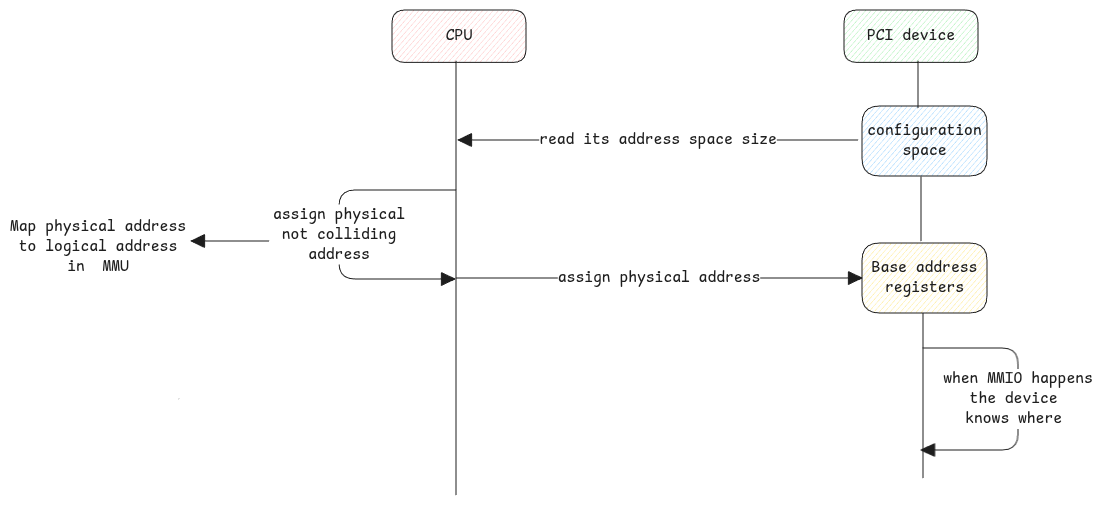
The Excalidraw diagram static/img/device-address-mapping.excalidraw.png in swaroopar/inprogress-engineer, before a commit. Source tidied: one line per element, renumbered; positions are measured from the earlier drawing's top-left corner, leaving out a move shared by most shapes.
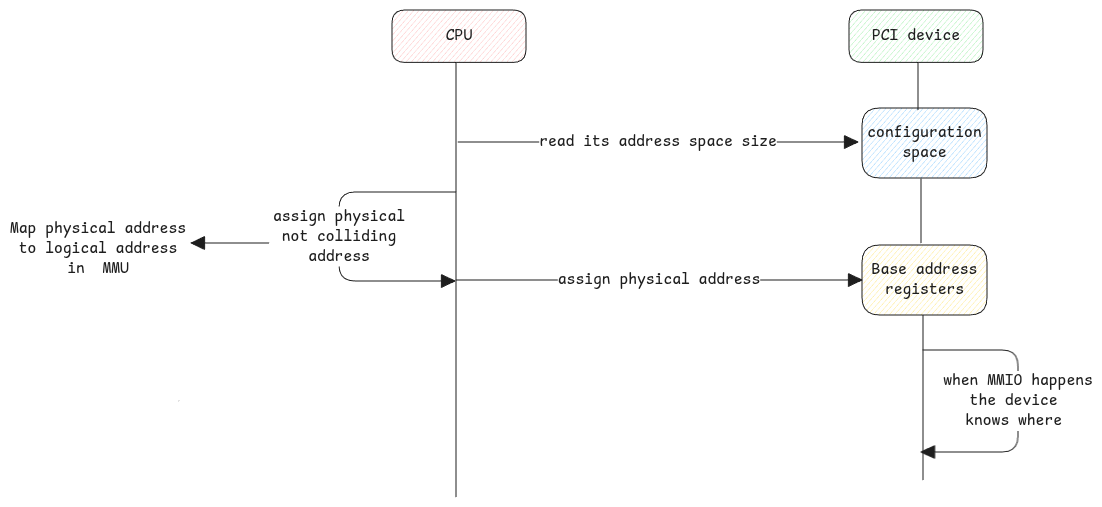
After the commit.

Change to the diagram source:
```diff
@@ -1,10 +1,10 @@
-{"id": 0, "type": "rectangle", "strokeColor": "#1e1e1e", "backgroundColor": "#ffc9c9", "fillStyle": "hachure", "strokeWidth": 1, "roughness": 0, "round": true, "x": 382, "y": 0, "width": 134, "height": 52}
+{"id": 0, "type": "rectangle", "strokeColor": "#1e1e1e", "backgroundColor": "#ffc9c9", "fillStyle": "hachure", "strokeWidth": 1, "roughness": 0, "round": true, "x": 382, "y": -2, "width": 134, "height": 52}
-{"id": 1, "type": "text", "text": "CPU", "strokeColor": "#1e1e1e", "strokeWidth": 2, "roughness": 1, "fontSize": 16, "fontFamily": 8, "textAlign": "center", "verticalAlign": "middle", "inside": 0, "x": 436, "y": 16, "width": 26, "height": 20}
+{"id": 1, "type": "text", "text": "CPU", "strokeColor": "#1e1e1e", "strokeWidth": 2, "roughness": 1, "fontSize": 16, "fontFamily": 8, "textAlign": "center", "verticalAlign": "middle", "inside": 0, "x": 436, "y": 14, "width": 26, "height": 20}
-{"id": 2, "type": "rectangle", "strokeColor": "#1e1e1e", "backgroundColor": "#b2f2bb", "fillStyle": "hachure", "strokeWidth": 1, "roughness": 0, "round": true, "x": 834, "y": 0, "width": 134, "height": 52}
+{"id": 2, "type": "rectangle", "strokeColor": "#1e1e1e", "backgroundColor": "#b2f2bb", "fillStyle": "hachure", "strokeWidth": 1, "roughness": 0, "round": true, "x": 839, "y": -2, "width": 134, "height": 52}
-{"id": 3, "type": "text", "text": "PCI device", "strokeColor": "#1e1e1e", "strokeWidth": 2, "roughness": 1, "fontSize": 16, "fontFamily": 8, "textAlign": "center", "verticalAlign": "middle", "inside": 2, "x": 857, "y": 16, "width": 88, "height": 20}
+{"id": 3, "type": "text", "text": "PCI device", "strokeColor": "#1e1e1e", "strokeWidth": 2, "roughness": 1, "fontSize": 16, "fontFamily": 8, "textAlign": "center", "verticalAlign": "middle", "inside": 2, "x": 862, "y": 14, "width": 88, "height": 20}
 {"id": 4, "type": "rectangle", "strokeColor": "#1e1e1e", "backgroundColor": "#a5d8ff", "fillStyle": "hachure", "strokeWidth": 1, "roughness": 0, "round": true, "x": 852, "y": 96, "width": 125, "height": 70}
 {"id": 5, "type": "text", "text": "configuration\nspace", "strokeColor": "#1e1e1e", "strokeWidth": 1, "roughness": 0, "fontSize": 16, "fontFamily": 8, "textAlign": "center", "verticalAlign": "middle", "inside": 4, "x": 857, "y": 111, "width": 114, "height": 40}
-{"id": 6, "type": "arrow", "strokeColor": "#1e1e1e", "strokeWidth": 1, "roughness": 0, "endArrowhead": "triangle", "round": true, "from": 4, "x": 848, "y": 130, "width": 400, "height": 0, "points": [[0, 0], [-400, 0]]}
+{"id": 6, "type": "arrow", "strokeColor": "#1e1e1e", "strokeWidth": 1, "roughness": 0, "startArrowhead": "triangle", "round": true, "from": 4, "x": 848, "y": 130, "width": 400, "height": 0, "points": [[0, 0], [-400, 0]]}
 {"id": 7, "type": "text", "text": "read its address space size", "strokeColor": "#1e1e1e", "strokeWidth": 1, "roughness": 0, "fontSize": 16, "fontFamily": 8, "textAlign": "center", "verticalAlign": "middle", "inside": 6, "x": 529, "y": 120, "width": 238, "height": 20}
 {"id": 8, "type": "line", "strokeColor": "#1e1e1e", "strokeWidth": 1, "roughness": 0, "endArrowhead": "triangle", "round": true, "x": 446, "y": 51, "width": 0, "height": 434, "points": [[0, 0], [0, 434]]}
 {"id": 9, "type": "rectangle", "strokeColor": "#1e1e1e", "backgroundColor": "#ffec99", "fillStyle": "hachure", "strokeWidth": 1, "roughness": 0, "round": true, "x": 852, "y": 233, "width": 125, "height": 70}
```
